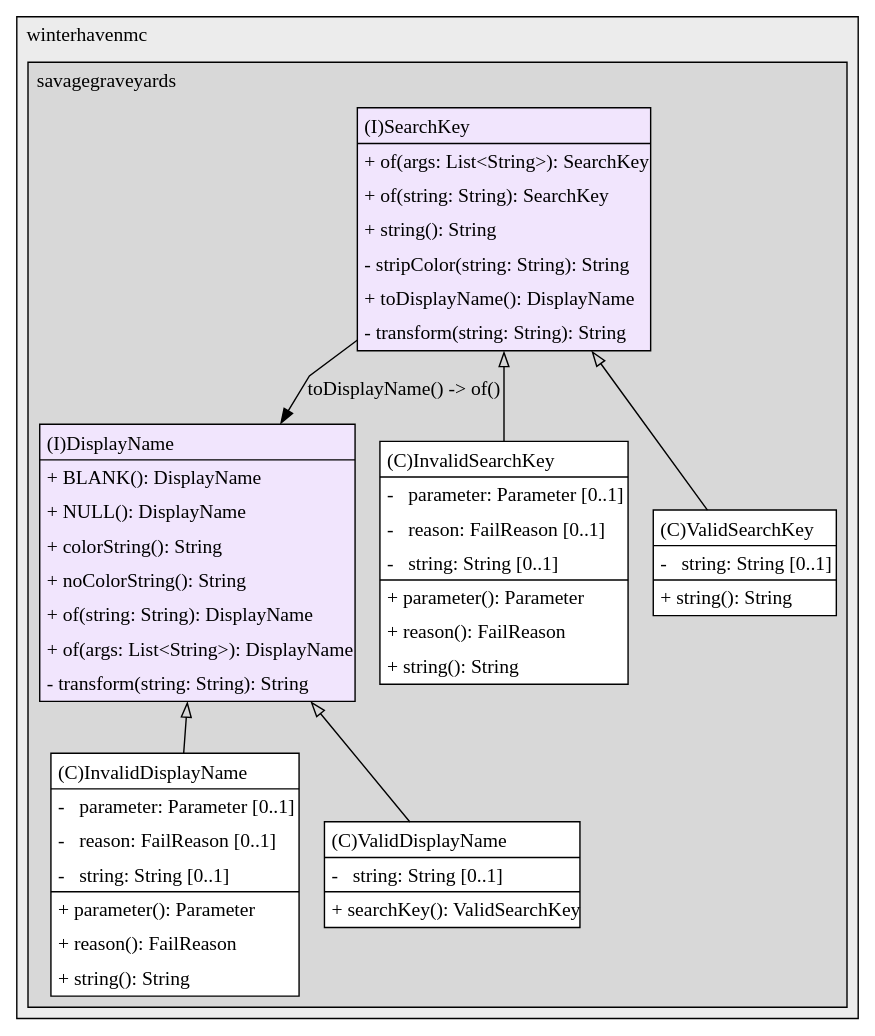
Earlier version of the PlantUML export models/src/main/java/com/winterhavenmc/savagegraveyards/models/searchkey/doc-files/SearchKey_structure.svg (winterhavenmc/SavageGraveyards). Its source is kept beside it as models/src/main/java/com/winterhavenmc/savagegraveyards/models/searchkey/doc-files/SearchKey_structure.puml.
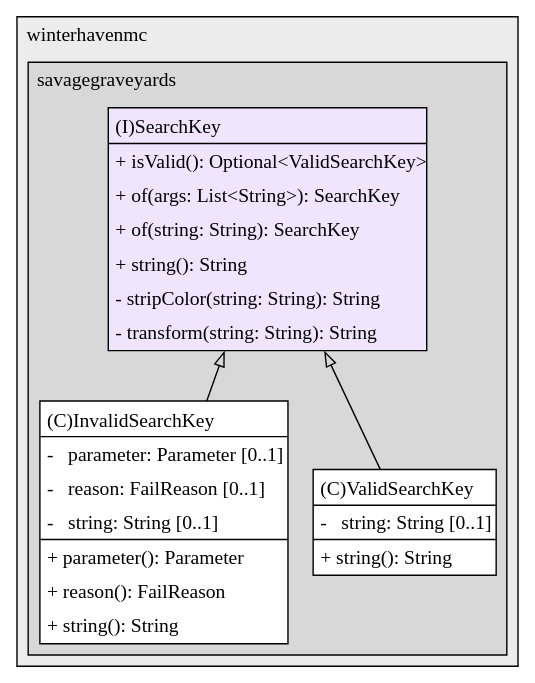
Above is the later version.

The edit, as a diff of the source:
```diff
@@ -20,43 +20,7 @@
 	fillcolor="#d8d8d8"
 	style=filled
 
-   DisplayName1488080184[
-	label=<<TABLE BORDER="1" CELLBORDER="0" CELLPADDING="4" CELLSPACING="0">
-<TR><TD ALIGN="LEFT" >(I)DisplayName</TD></TR>
-<HR/>
-<TR><TD ALIGN="LEFT" >+ BLANK(): DisplayName</TD></TR>
-<TR><TD ALIGN="LEFT" >+ NULL(): DisplayName</TD></TR>
-<TR><TD ALIGN="LEFT" >+ colorString(): String</TD></TR>
-<TR><TD ALIGN="LEFT" >+ noColorString(): String</TD></TR>
-<TR><TD ALIGN="LEFT" >+ of(string: String): DisplayName</TD></TR>
-<TR><TD ALIGN="LEFT" >+ of(args: List&lt;String&gt;): DisplayName</TD></TR>
-<TR><TD ALIGN="LEFT" >- transform(string: String): String</TD></TR>
-</TABLE>>
-	style=filled
-	margin=0
-	shape=plaintext
-	fillcolor="#F1E5FD"
-];
-
-InvalidDisplayName1488080184[
-	label=<<TABLE BORDER="1" CELLBORDER="0" CELLPADDING="4" CELLSPACING="0">
-<TR><TD ALIGN="LEFT" >(C)InvalidDisplayName</TD></TR>
-<HR/>
-<TR><TD ALIGN="LEFT" >-   parameter: Parameter [0..1]</TD></TR>
-<TR><TD ALIGN="LEFT" >-   reason: FailReason [0..1]</TD></TR>
-<TR><TD ALIGN="LEFT" >-   string: String [0..1]</TD></TR>
-<HR/>
-<TR><TD ALIGN="LEFT" >+ parameter(): Parameter</TD></TR>
-<TR><TD ALIGN="LEFT" >+ reason(): FailReason</TD></TR>
-<TR><TD ALIGN="LEFT" >+ string(): String</TD></TR>
-</TABLE>>
-	style=filled
-	margin=0
-	shape=plaintext
-	fillcolor="#FFFFFF"
-];
-
-InvalidSearchKey1559188750[
+   InvalidSearchKey1559188750[
 	label=<<TABLE BORDER="1" CELLBORDER="0" CELLPADDING="4" CELLSPACING="0">
 <TR><TD ALIGN="LEFT" >(C)InvalidSearchKey</TD></TR>
 <HR/>
@@ -78,31 +42,17 @@
 	label=<<TABLE BORDER="1" CELLBORDER="0" CELLPADDING="4" CELLSPACING="0">
 <TR><TD ALIGN="LEFT" >(I)SearchKey</TD></TR>
 <HR/>
+<TR><TD ALIGN="LEFT" >+ isValid(): Optional&lt;ValidSearchKey&gt;</TD></TR>
 <TR><TD ALIGN="LEFT" >+ of(args: List&lt;String&gt;): SearchKey</TD></TR>
 <TR><TD ALIGN="LEFT" >+ of(string: String): SearchKey</TD></TR>
 <TR><TD ALIGN="LEFT" >+ string(): String</TD></TR>
 <TR><TD ALIGN="LEFT" >- stripColor(string: String): String</TD></TR>
-<TR><TD ALIGN="LEFT" >+ toDisplayName(): DisplayName</TD></TR>
 <TR><TD ALIGN="LEFT" >- transform(string: String): String</TD></TR>
 </TABLE>>
 	style=filled
 	margin=0
 	shape=plaintext
 	fillcolor="#F1E5FD"
-];
-
-ValidDisplayName1488080184[
-	label=<<TABLE BORDER="1" CELLBORDER="0" CELLPADDING="4" CELLSPACING="0">
-<TR><TD ALIGN="LEFT" >(C)ValidDisplayName</TD></TR>
-<HR/>
-<TR><TD ALIGN="LEFT" >-   string: String [0..1]</TD></TR>
-<HR/>
-<TR><TD ALIGN="LEFT" >+ searchKey(): ValidSearchKey</TD></TR>
-</TABLE>>
-	style=filled
-	margin=0
-	shape=plaintext
-	fillcolor="#FFFFFF"
 ];
 
 ValidSearchKey1559188750[
@@ -121,9 +71,6 @@
 }
 }
 
-DisplayName1488080184 -> InvalidDisplayName1488080184[arrowhead=none, arrowtail=empty, dir=both];
-DisplayName1488080184 -> ValidDisplayName1488080184[arrowhead=none, arrowtail=empty, dir=both];
-SearchKey1559188750 -> DisplayName1488080184[label="toDisplayName() -> of()"];
 SearchKey1559188750 -> InvalidSearchKey1559188750[arrowhead=none, arrowtail=empty, dir=both];
 SearchKey1559188750 -> ValidSearchKey1559188750[arrowhead=none, arrowtail=empty, dir=both];
 
```
